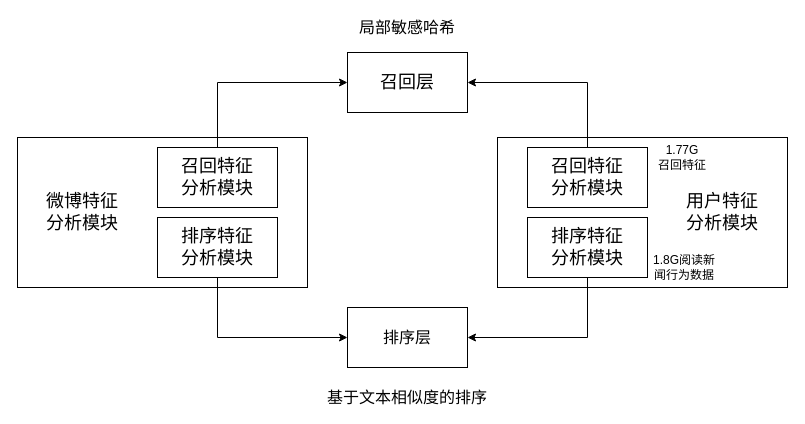
Earlier version of the draw.io diagram page "Page-3" (3 of 3) of Untitled Diagram.drawio (xiehuiSheldon/hello-world). Source tidied: cells renumbered, new cells numbered last; positions are measured from the earlier drawing's top-left corner, leaving out a move shared by most shapes. Both pictures are drawn from the tidied source at 100%, with x=0, y=0 at pixel (17, 17).
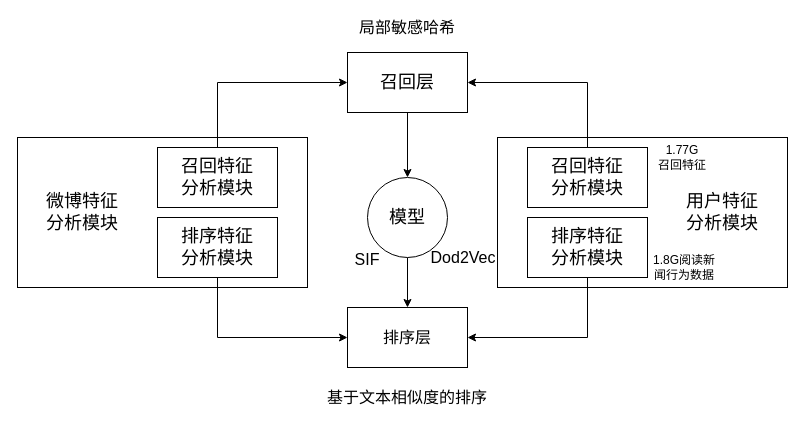
After the change.

Commit message:
系统架构图

Unchanged cells that the change refers to:
```xml
<mxCell id="14" value="&lt;font style=&quot;font-size: 18px&quot;&gt;召回层&lt;/font&gt;" style="rounded=0;whiteSpace=wrap;html=1;strokeColor=#000000;" parent="1" vertex="1">
  <mxGeometry x="330" y="35" width="120" height="60" as="geometry" />
</mxCell>
<mxCell id="16" value="&lt;font style=&quot;font-size: 16px&quot;&gt;排序层&lt;/font&gt;" style="rounded=0;whiteSpace=wrap;html=1;strokeColor=#000000;" parent="1" vertex="1">
  <mxGeometry x="330" y="290" width="120" height="60" as="geometry" />
</mxCell>
```

What changed in the source:
```diff
@@
+    <mxCell id="20" style="edgeStyle=orthogonalEdgeStyle;rounded=0;jettySize=auto;html=1;" parent="1" edge="1" source="14" target="22">
+      <mxGeometry relative="1" as="geometry" />
+    </mxCell>
@@
+    <mxCell id="21" style="edgeStyle=orthogonalEdgeStyle;rounded=0;jettySize=auto;html=1;" parent="1" edge="1" source="22" target="16">
+      <mxGeometry relative="1" as="geometry" />
+    </mxCell>
+    <mxCell id="22" value="&lt;font style=&quot;font-size: 18px&quot;&gt;模型&lt;/font&gt;" style="ellipse;whiteSpace=wrap;html=1;strokeColor=#000000;" parent="1" vertex="1">
+      <mxGeometry x="350" y="160" width="80" height="80" as="geometry" />
+    </mxCell>
+    <mxCell id="23" value="&lt;font style=&quot;font-size: 16px&quot;&gt;SIF&lt;/font&gt;" style="text;html=1;strokeColor=none;fillColor=none;align=center;verticalAlign=middle;whiteSpace=wrap;rounded=0;" parent="1" vertex="1">
+      <mxGeometry x="330" y="232" width="40" height="20" as="geometry" />
+    </mxCell>
+    <mxCell id="24" value="&lt;font style=&quot;font-size: 16px&quot;&gt;Dod2Vec&lt;/font&gt;" style="text;html=1;strokeColor=none;fillColor=none;align=center;verticalAlign=middle;whiteSpace=wrap;rounded=0;" parent="1" vertex="1">
+      <mxGeometry x="426" y="230" width="40" height="20" as="geometry" />
+    </mxCell>
```
